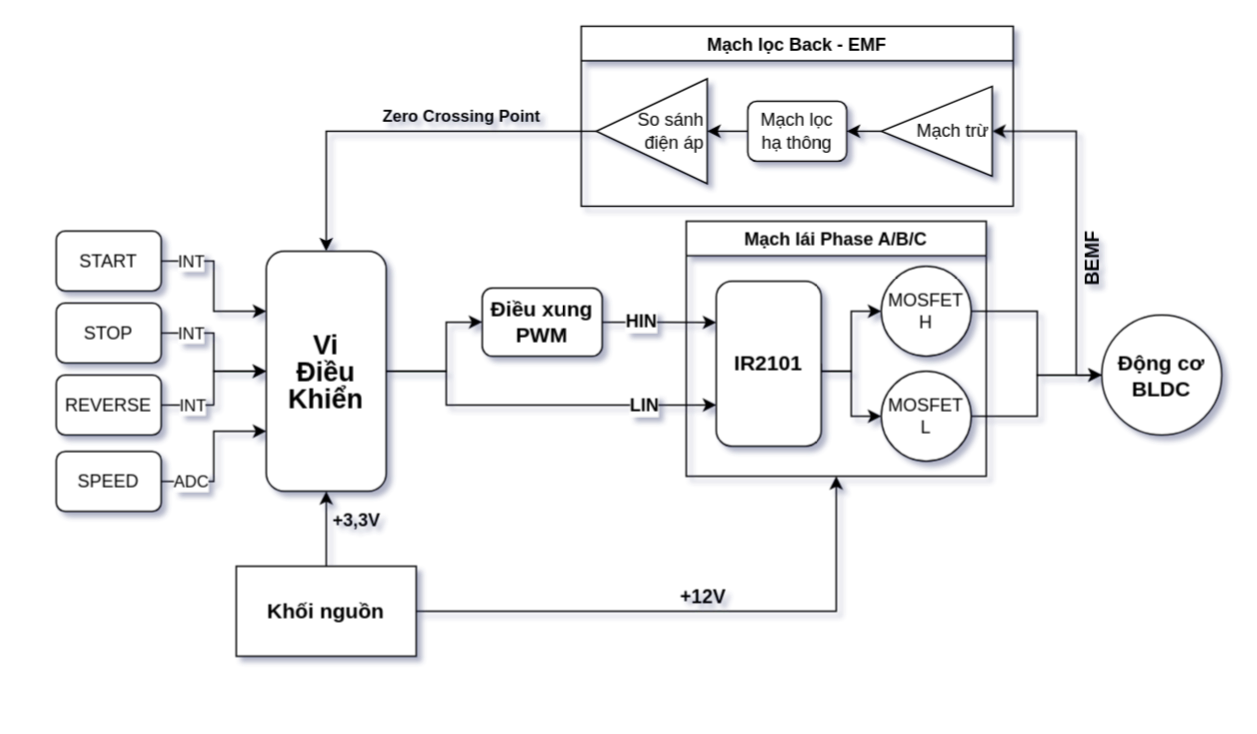
This is Schematic_BEMF.drawio from ducphan2003/demo, a draw.io file, before an edit. Source tidied: cells renumbered, new cells numbered last; positions are measured from the earlier drawing's top-left corner, leaving out a move shared by most shapes. Both pictures are drawn from the tidied source at 150%, with x=0, y=0 at pixel (56, 26).
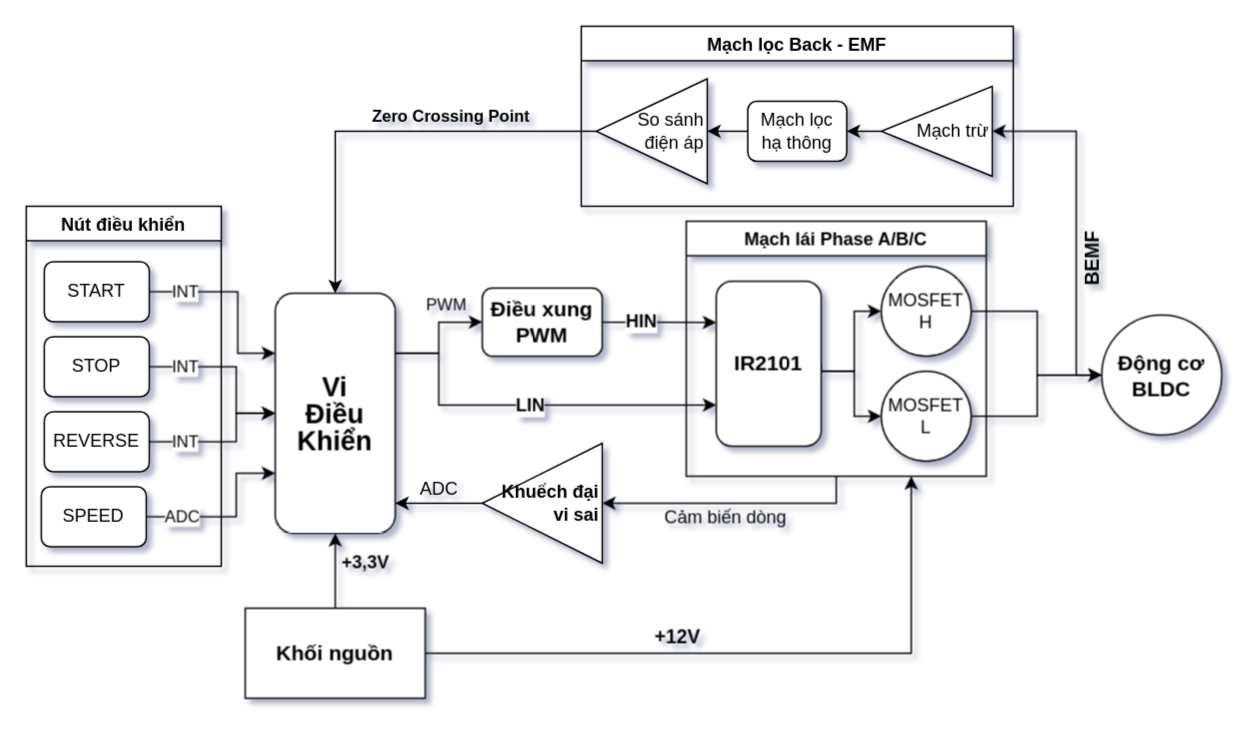
Above is the later version.

Unchanged cells that the change refers to:
```xml
<mxCell id="17" value="Mạch lái Phase A/B/C" style="swimlane;startSize=23;" parent="1" vertex="1">
  <mxGeometry x="420" y="130" width="200" height="170" as="geometry" />
</mxCell>
<mxCell id="20" value="&lt;h3&gt;IR2101&lt;/h3&gt;" style="rounded=1;whiteSpace=wrap;html=1;" parent="17" vertex="1">
  <mxGeometry x="20" y="40" width="70" height="110" as="geometry" />
</mxCell>
<mxCell id="21" value="MOSFET&lt;br&gt;H" style="ellipse;whiteSpace=wrap;html=1;" parent="17" vertex="1">
  <mxGeometry x="130" y="30" width="60" height="60" as="geometry" />
</mxCell>
<mxCell id="22" value="MOSFET&lt;br&gt;L" style="ellipse;whiteSpace=wrap;html=1;" parent="17" vertex="1">
  <mxGeometry x="130" y="100" width="60" height="60" as="geometry" />
</mxCell>
<mxCell id="25" value="&lt;h3&gt;Điều xung PWM&lt;/h3&gt;" style="rounded=1;whiteSpace=wrap;html=1;" parent="1" vertex="1">
  <mxGeometry x="284" y="174.5" width="80" height="45.5" as="geometry" />
</mxCell>
```

Diff of the diagram source:
```diff
@@
-    <mxCell id="2" style="edgeStyle=orthogonalEdgeStyle;rounded=0;jettySize=auto;html=1;exitX=1;exitY=0.5;exitDx=0;exitDy=0;entryX=0;entryY=0.5;entryDx=0;entryDy=0;fontSize=11;" parent="1" edge="1" source="4" target="25">
-      <mxGeometry relative="1" as="geometry">
+    <mxCell id="2" value="PWM" style="edgeStyle=orthogonalEdgeStyle;rounded=0;jettySize=auto;html=1;exitX=1;exitY=0.25;exitDx=0;exitDy=0;entryX=0;entryY=0.5;entryDx=0;entryDy=0;labelBackgroundColor=none;" parent="1" edge="1" source="4" target="25">
+      <mxGeometry x="0.39" y="11" relative="1" as="geometry">
         <Array as="points">
-          <mxPoint x="260" y="230" />
-          <mxPoint x="260" y="197" />
+          <mxPoint x="255" y="218" />
+          <mxPoint x="255" y="197" />
         </Array>
       </mxGeometry>
     </mxCell>
-    <mxCell id="3" value="LIN" style="edgeStyle=orthogonalEdgeStyle;rounded=0;jettySize=auto;html=1;entryX=0;entryY=0.75;entryDx=0;entryDy=0;fontSize=12;fontStyle=1;" parent="1" edge="1" source="4" target="20">
-      <mxGeometry x="0.59" relative="1" as="geometry">
+    <mxCell id="3" value="&lt;font style=&quot;font-size: 12px&quot;&gt;LIN&lt;/font&gt;" style="edgeStyle=orthogonalEdgeStyle;rounded=0;jettySize=auto;html=1;exitX=1;exitY=0.25;exitDx=0;exitDy=0;entryX=0;entryY=0.75;entryDx=0;entryDy=0;fontStyle=1;" parent="1" edge="1" source="4" target="20">
+      <mxGeometry relative="1" as="geometry">
         <Array as="points">
-          <mxPoint x="260" y="230" />
-          <mxPoint x="260" y="253" />
+          <mxPoint x="255" y="218" />
+          <mxPoint x="255" y="253" />
         </Array>
-        <mxPoint x="1" as="offset" />
       </mxGeometry>
     </mxCell>
     <mxCell id="4" value="&lt;h2 style=&quot;line-height: 1&quot;&gt;Vi&lt;br&gt;Điều&lt;br&gt;Khiển&lt;/h2&gt;" style="rounded=1;whiteSpace=wrap;html=1;" parent="1" vertex="1">
-      <mxGeometry x="140" y="150" width="80" height="160" as="geometry" />
+      <mxGeometry x="146" y="178" width="80" height="160" as="geometry" />
     </mxCell>
     <mxCell id="5" value="INT" style="edgeStyle=orthogonalEdgeStyle;rounded=0;jettySize=auto;html=1;exitX=1;exitY=0.5;exitDx=0;exitDy=0;entryX=0;entryY=0.25;entryDx=0;entryDy=0;" parent="1" edge="1" source="6" target="4">
-      <mxGeometry x="-0.61" relative="1" as="geometry" />
+      <mxGeometry x="-0.62" relative="1" as="geometry">
+        <Array as="points">
+          <mxPoint x="121" y="177" />
+          <mxPoint x="121" y="218" />
+        </Array>
+      </mxGeometry>
     </mxCell>
-    <mxCell id="6" value="START" style="rounded=1;whiteSpace=wrap;html=1;" parent="1" vertex="1">
-      <mxGeometry y="136.5" width="70" height="40" as="geometry" />
-    </mxCell>
     <mxCell id="7" value="INT" style="edgeStyle=orthogonalEdgeStyle;rounded=0;jettySize=auto;html=1;exitX=1;exitY=0.5;exitDx=0;exitDy=0;entryX=0;entryY=0.5;entryDx=0;entryDy=0;" parent="1" edge="1" source="8" target="4">
-      <mxGeometry x="-0.58" relative="1" as="geometry" />
+      <mxGeometry x="-0.58" relative="1" as="geometry">
+        <Array as="points">
+          <mxPoint x="120" y="227" />
+          <mxPoint x="120" y="258" />
+        </Array>
+      </mxGeometry>
     </mxCell>
-    <mxCell id="8" value="STOP" style="rounded=1;whiteSpace=wrap;html=1;" parent="1" vertex="1">
-      <mxGeometry y="184.5" width="70" height="40" as="geometry" />
-    </mxCell>
     <mxCell id="9" value="INT" style="edgeStyle=orthogonalEdgeStyle;rounded=0;jettySize=auto;html=1;exitX=1;exitY=0.5;exitDx=0;exitDy=0;entryX=0;entryY=0.5;entryDx=0;entryDy=0;fontSize=11;" parent="1" edge="1" source="10" target="4">
-      <mxGeometry x="-0.54" relative="1" as="geometry" />
+      <mxGeometry x="-0.54" relative="1" as="geometry">
+        <Array as="points">
+          <mxPoint x="120" y="277" />
+          <mxPoint x="120" y="258" />
+        </Array>
+      </mxGeometry>
     </mxCell>
-    <mxCell id="10" value="REVERSE" style="rounded=1;whiteSpace=wrap;html=1;" parent="1" vertex="1">
-      <mxGeometry y="232.5" width="70" height="40" as="geometry" />
-    </mxCell>
-    <mxCell id="11" value="ADC" style="edgeStyle=orthogonalEdgeStyle;rounded=0;jettySize=auto;html=1;entryX=0;entryY=0.75;entryDx=0;entryDy=0;fontSize=11;" parent="1" edge="1" source="12" target="4">
-      <mxGeometry x="-0.61" relative="1" as="geometry" />
+    <mxCell id="11" value="ADC" style="edgeStyle=orthogonalEdgeStyle;rounded=0;jettySize=auto;html=1;entryX=0;entryY=0.75;entryDx=0;entryDy=0;fontSize=11;exitX=1;exitY=0.5;exitDx=0;exitDy=0;" parent="1" edge="1" source="12" target="4">
+      <mxGeometry x="-0.58" relative="1" as="geometry">
+        <Array as="points">
+          <mxPoint x="120" y="327" />
+          <mxPoint x="120" y="298" />
+        </Array>
+      </mxGeometry>
     </mxCell>
-    <mxCell id="12" value="SPEED" style="rounded=1;whiteSpace=wrap;html=1;" parent="1" vertex="1">
-      <mxGeometry y="283.5" width="70" height="40" as="geometry" />
-    </mxCell>
@@
-    <mxCell id="15" value="&lt;h3&gt;+12V&lt;/h3&gt;" style="edgeStyle=orthogonalEdgeStyle;rounded=0;jettySize=auto;html=1;exitX=1;exitY=0.5;exitDx=0;exitDy=0;entryX=0.5;entryY=1;entryDx=0;entryDy=0;labelBackgroundColor=none;" parent="1" edge="1" source="16" target="17">
-      <mxGeometry x="0.03" y="10" relative="1" as="geometry" />
+    <mxCell id="15" value="&lt;h3&gt;+12V&lt;/h3&gt;" style="edgeStyle=orthogonalEdgeStyle;rounded=0;jettySize=auto;html=1;exitX=1;exitY=0.5;exitDx=0;exitDy=0;labelBackgroundColor=none;entryX=0.75;entryY=1;entryDx=0;entryDy=0;" parent="1" edge="1" source="16" target="17">
+      <mxGeometry x="-0.24" y="11" relative="1" as="geometry">
+        <Array as="points">
+          <mxPoint x="570" y="418" />
+        </Array>
+      </mxGeometry>
     </mxCell>
     <mxCell id="16" value="&lt;h3&gt;Khối nguồn&lt;/h3&gt;" style="rounded=0;whiteSpace=wrap;html=1;" parent="1" vertex="1">
-      <mxGeometry x="120" y="360" width="120" height="60" as="geometry" />
+      <mxGeometry x="126" y="388" width="120" height="60" as="geometry" />
     </mxCell>
+    <mxCell id="35" value="Cảm biến dòng" style="edgeStyle=orthogonalEdgeStyle;rounded=0;jettySize=auto;html=1;entryX=0;entryY=0.5;entryDx=0;entryDy=0;fontSize=12;exitX=0.5;exitY=1;exitDx=0;exitDy=0;labelBackgroundColor=none;" parent="1" edge="1" source="17" target="37">
+      <mxGeometry x="0.06" y="10" relative="1" as="geometry">
+        <Array as="points">
+          <mxPoint x="520" y="318" />
+        </Array>
+      </mxGeometry>
+    </mxCell>
@@
     <mxCell id="18" style="edgeStyle=orthogonalEdgeStyle;rounded=0;jettySize=auto;html=1;exitX=1;exitY=0.5;exitDx=0;exitDy=0;entryX=0;entryY=0.5;entryDx=0;entryDy=0;" parent="17" edge="1" source="20" target="21">
       <mxGeometry relative="1" as="geometry">
         <Array as="points">
-          <mxPoint x="110" y="100" />
-          <mxPoint x="110" y="60" />
+          <mxPoint x="90" y="100" />
+          <mxPoint x="112" y="100" />
+          <mxPoint x="112" y="60" />
         </Array>
       </mxGeometry>
     </mxCell>
     <mxCell id="19" style="edgeStyle=orthogonalEdgeStyle;rounded=0;jettySize=auto;html=1;exitX=1;exitY=0.5;exitDx=0;exitDy=0;entryX=0;entryY=0.5;entryDx=0;entryDy=0;" parent="17" edge="1" source="20" target="22">
       <mxGeometry relative="1" as="geometry">
         <Array as="points">
-          <mxPoint x="110" y="100" />
-          <mxPoint x="110" y="130" />
+          <mxPoint x="90" y="100" />
+          <mxPoint x="112" y="100" />
+          <mxPoint x="112" y="130" />
         </Array>
       </mxGeometry>
     </mxCell>
@@
+    <mxCell id="36" value="ADC" style="edgeStyle=orthogonalEdgeStyle;rounded=0;jettySize=auto;html=1;entryX=1;entryY=0.875;entryDx=0;entryDy=0;entryPerimeter=0;fontSize=12;labelBackgroundColor=none;" parent="1" edge="1" source="37" target="4">
+      <mxGeometry y="-9" relative="1" as="geometry" />
+    </mxCell>
+    <mxCell id="37" value="&lt;b&gt;Khuếch đại&lt;br&gt;vi sai&lt;/b&gt;" style="triangle;whiteSpace=wrap;html=1;fontSize=12;direction=west;align=right;" parent="1" vertex="1">
+      <mxGeometry x="284" y="278" width="80" height="80" as="geometry" />
+    </mxCell>
+    <mxCell id="38" value="Nút điều khiển" style="swimlane;" parent="1" vertex="1">
+      <mxGeometry x="-20" y="120" width="130" height="240" as="geometry" />
+    </mxCell>
+    <mxCell id="12" value="SPEED" style="rounded=1;whiteSpace=wrap;html=1;" parent="38" vertex="1">
+      <mxGeometry x="10" y="187" width="70" height="40" as="geometry" />
+    </mxCell>
+    <mxCell id="10" value="REVERSE" style="rounded=1;whiteSpace=wrap;html=1;" parent="38" vertex="1">
+      <mxGeometry x="12" y="137" width="70" height="40" as="geometry" />
+    </mxCell>
+    <mxCell id="8" value="STOP" style="rounded=1;whiteSpace=wrap;html=1;" parent="38" vertex="1">
+      <mxGeometry x="12" y="87" width="70" height="40" as="geometry" />
+    </mxCell>
+    <mxCell id="6" value="START" style="rounded=1;whiteSpace=wrap;html=1;" parent="38" vertex="1">
+      <mxGeometry x="12" y="37" width="70" height="40" as="geometry" />
+    </mxCell>
```
